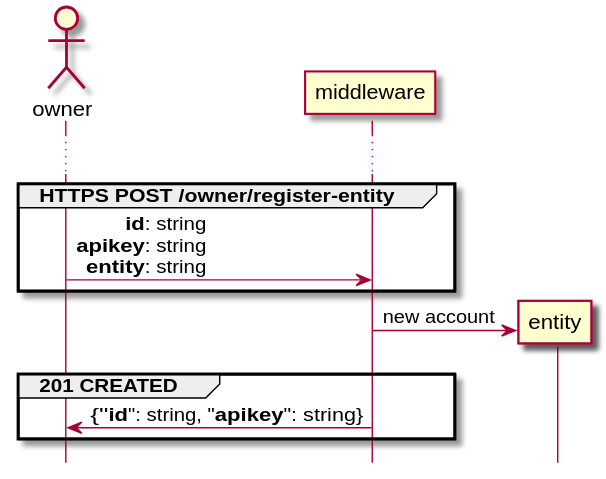
Before: DOCS/register-entity.svg, a diagram exported from PlantUML (rbccps-iisc/corinthian).
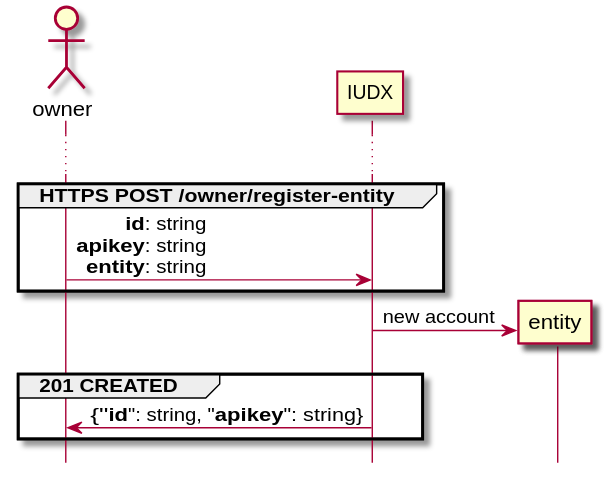
After the change.

Commit message:
[skip travis] rename middleware with IUDX

What changed in the source:
```diff
@@ -5,14 +5,14 @@
 
 group HTTPS POST /owner/register-entity
 
-owner -> middleware: **id**: string\r**apikey**: string\r**entity**: string
+owner -> IUDX: **id**: string\r**apikey**: string\r**entity**: string
 
 end
 
 create entity
-middleware -> entity : new account
+IUDX -> entity : new account
 
 group 201 CREATED
-middleware -> owner: {"**id**": string, "**apikey**": string}
+IUDX -> owner: {"**id**": string, "**apikey**": string}
 end
 @enduml
```
